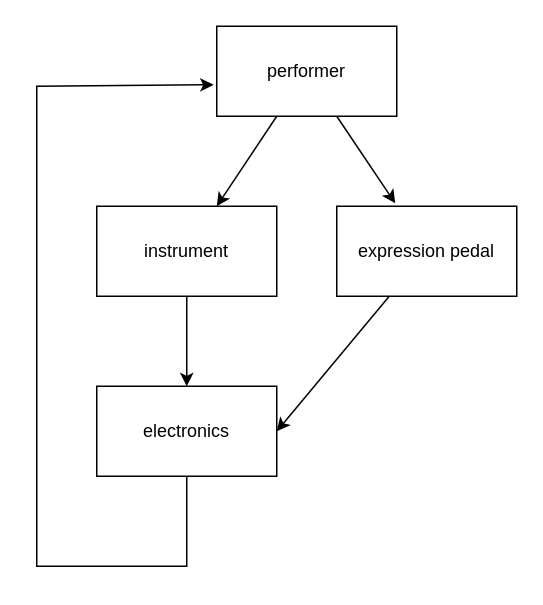
The draw.io diagram Untitled Diagram.drawio in MayaComposer/ReaperScripts, before the edit. Source tidied: cells renumbered, new cells numbered last; positions are measured from the earlier drawing's top-left corner, leaving out a move shared by most shapes. Both pictures are drawn from the tidied source at 150%, with x=0, y=0 at pixel (36, 26).
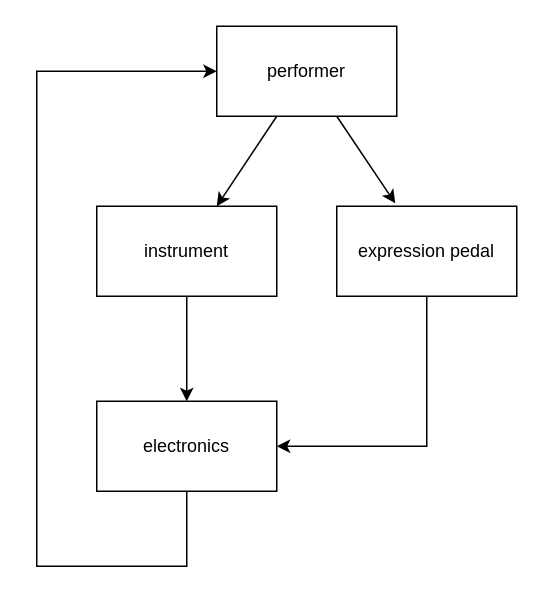
After the change.

What changed in the source:
```diff
@@
 <mxGraphModel>
   <root>
     <mxCell id="0" />
     <mxCell id="1" parent="0" />
     <mxCell id="2" value="&lt;div&gt;instrument&lt;/div&gt;" style="rounded=0;whiteSpace=wrap;html=1;" parent="1" vertex="1">
       <mxGeometry x="40" y="120" width="120" height="60" as="geometry" />
     </mxCell>
     <mxCell id="3" value="electronics" style="rounded=0;whiteSpace=wrap;html=1;" parent="1" vertex="1">
-      <mxGeometry x="40" y="240" width="120" height="60" as="geometry" />
+      <mxGeometry x="40" y="250" width="120" height="60" as="geometry" />
     </mxCell>
     <mxCell id="4" style="endArrow=classic;html=1;rounded=0;entryX=0.5;entryY=0;entryDx=0;entryDy=0;exitX=0.5;exitY=1;exitDx=0;exitDy=0;" parent="1" edge="1" source="2" target="3">
       <mxGeometry relative="1" as="geometry" />
     </mxCell>
     <mxCell id="5" value="performer" style="rounded=0;whiteSpace=wrap;html=1;" parent="1" vertex="1">
       <mxGeometry x="120" width="120" height="60" as="geometry" />
     </mxCell>
     <mxCell id="6" style="endArrow=classic;html=1;rounded=0;" parent="1" edge="1" source="5" target="2">
       <mxGeometry relative="1" as="geometry" />
     </mxCell>
     <mxCell id="7" style="endArrow=classic;html=1;rounded=0;entryX=0.325;entryY=-0.033;entryDx=0;entryDy=0;entryPerimeter=0;" parent="1" edge="1" target="8">
       <mxGeometry relative="1" as="geometry">
         <mxPoint x="200" y="60" as="sourcePoint" />
       </mxGeometry>
     </mxCell>
     <mxCell id="8" value="expression pedal" style="rounded=0;whiteSpace=wrap;html=1;" parent="1" vertex="1">
       <mxGeometry x="200" y="120" width="120" height="60" as="geometry" />
     </mxCell>
-    <mxCell id="9" style="endArrow=classic;html=1;rounded=0;entryX=1;entryY=0.5;entryDx=0;entryDy=0;" parent="1" edge="1" target="3">
-      <mxGeometry relative="1" as="geometry">
-        <mxPoint x="235" y="180" as="sourcePoint" />
-      </mxGeometry>
-    </mxCell>
-    <mxCell id="10" style="endArrow=classic;html=1;rounded=0;exitX=0.5;exitY=1;exitDx=0;exitDy=0;entryX=-0.017;entryY=0.65;entryDx=0;entryDy=0;entryPerimeter=0;" parent="1" edge="1" source="3" target="5">
+    <mxCell id="10" style="endArrow=classic;html=1;rounded=0;exitX=0.5;exitY=1;exitDx=0;exitDy=0;entryX=0;entryY=0.5;entryDx=0;entryDy=0;" parent="1" edge="1" source="3" target="5">
       <mxGeometry relative="1" as="geometry">
         <Array as="points">
           <mxPoint x="100" y="360" />
           <mxPoint y="360" />
           <mxPoint y="240" />
-          <mxPoint y="40" />
+          <mxPoint y="30" />
         </Array>
       </mxGeometry>
     </mxCell>
+    <mxCell id="11" style="endArrow=classic;html=1;rounded=0;entryX=1;entryY=0.5;entryDx=0;entryDy=0;" parent="1" edge="1" target="3">
+      <mxGeometry relative="1" as="geometry">
+        <mxPoint x="260" y="180" as="sourcePoint" />
+        <Array as="points">
+          <mxPoint x="260" y="280" />
+        </Array>
+      </mxGeometry>
+    </mxCell>
   </root>
 </mxGraphModel>
```
